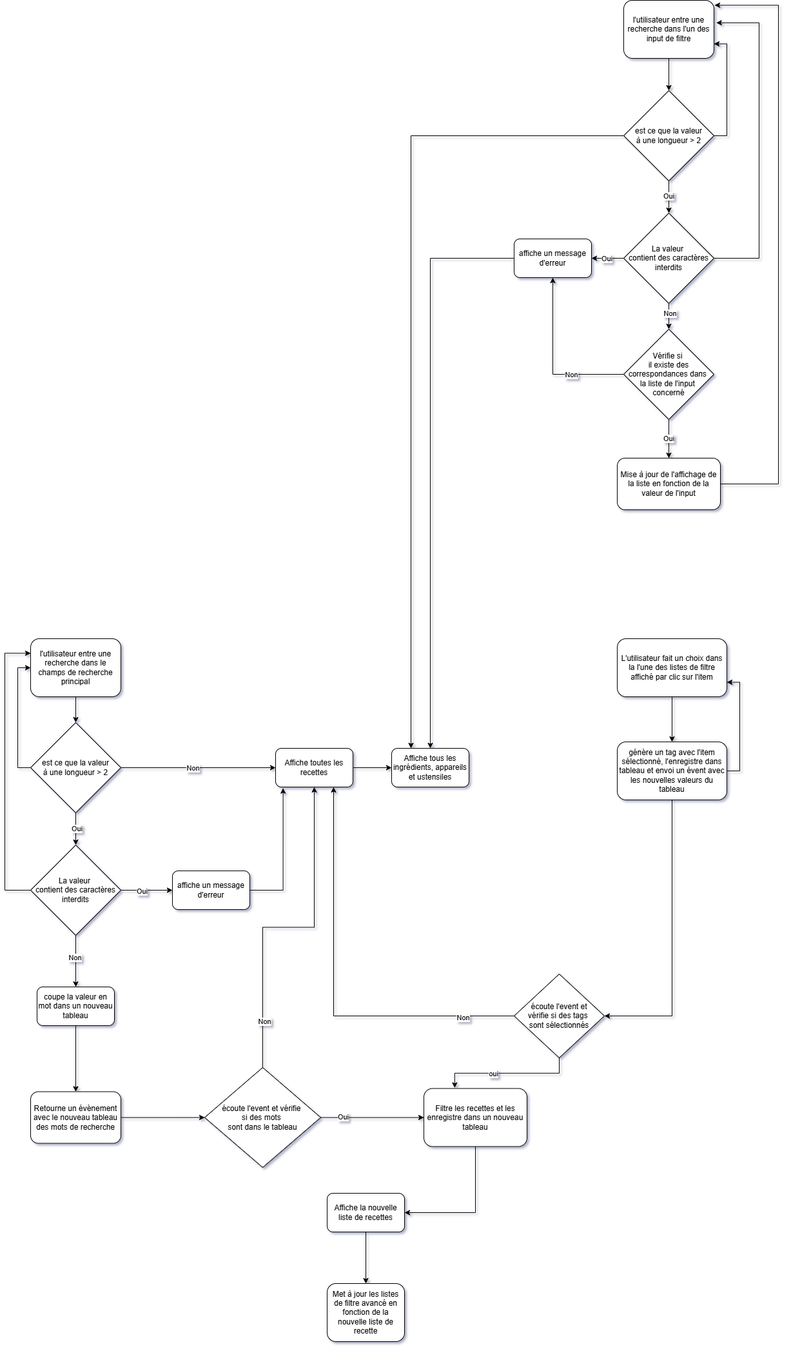
Earlier version of the draw.io export DocsTech/Algorigramme-PetitsPlats.drawio.png (BARRETCHRIS/PetitsPlats2.0). Source tidied: cells renumbered, new cells last; positions are measured from the earlier drawing's top-left corner, leaving out a move shared by most shapes.
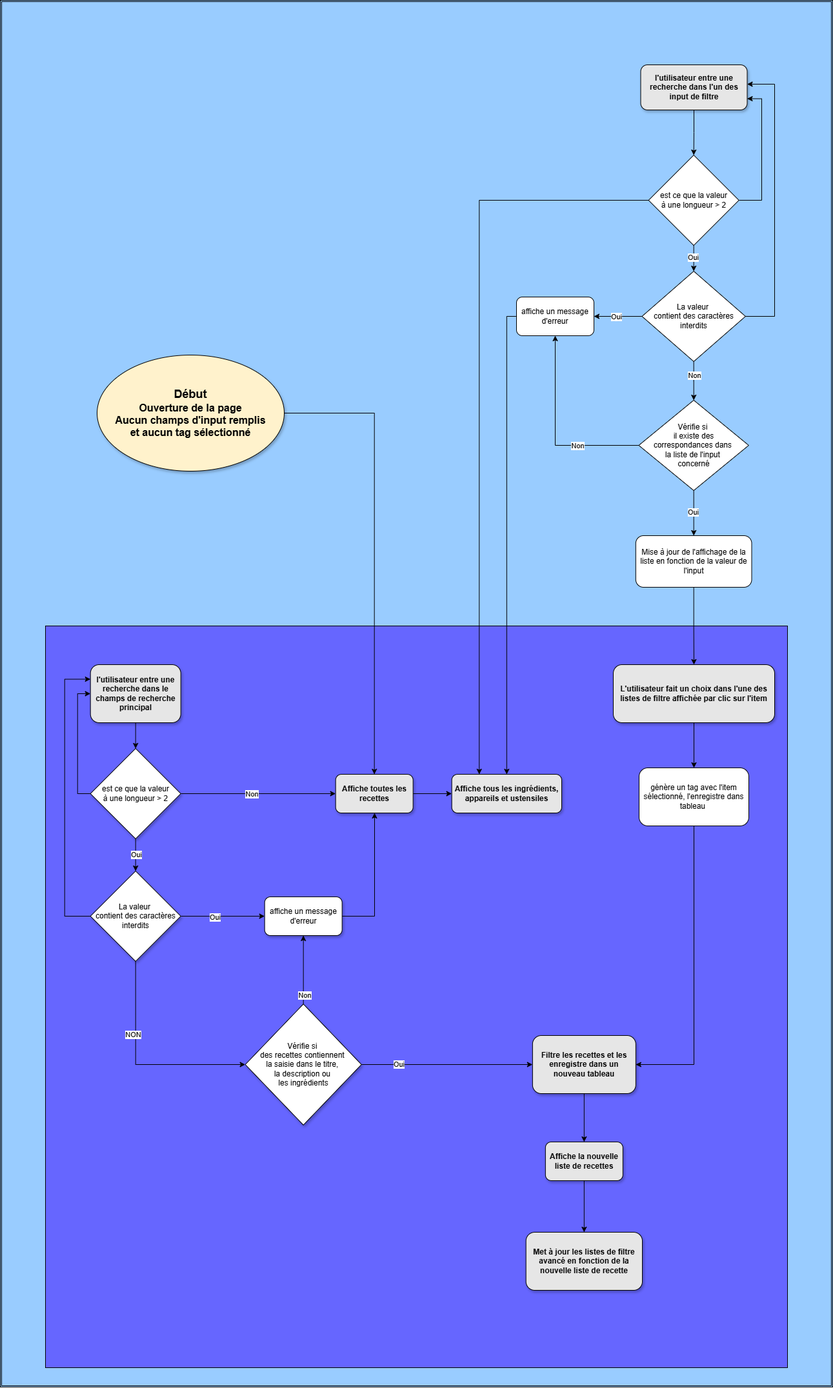
Above is the later version.

What changed in the source:
```diff
@@ -4,2 +4,8 @@
     <mxCell id="1" parent="0" />
+    <mxCell id="67" style="shape=ext;double=1;rounded=0;whiteSpace=wrap;html=1;fillColor=#99CCFF;" parent="1" vertex="1">
+      <mxGeometry x="190" y="-210" width="1290" height="2150" as="geometry" />
+    </mxCell>
+    <mxCell id="68" style="whiteSpace=wrap;html=1;fillColor=#6666FF;" parent="1" vertex="1">
+      <mxGeometry x="260" y="760" width="1150" height="1150" as="geometry" />
+    </mxCell>
     <mxCell id="2" style="edgeStyle=orthogonalEdgeStyle;rounded=0;jettySize=auto;html=1;entryX=0.5;entryY=0;entryDx=0;entryDy=0;" parent="1" edge="1" source="3" target="9">
@@ -7,4 +13,4 @@
     </mxCell>
-    <mxCell id="3" value="l'utilisateur entre une recherche dans le champs de recherche principal" style="rounded=1;whiteSpace=wrap;html=1;" parent="1" vertex="1">
-      <mxGeometry x="40" y="990" width="140" height="90" as="geometry" />
+    <mxCell id="3" value="&lt;b&gt;l'utilisateur entre une recherche dans le champs de recherche principal&lt;/b&gt;" style="rounded=1;whiteSpace=wrap;html=1;shadow=1;fillColor=#E6E6E6;" parent="1" vertex="1">
+      <mxGeometry x="329.7" y="820" width="140" height="90" as="geometry" />
     </mxCell>
@@ -25,11 +31,5 @@
     </mxCell>
-    <mxCell id="9" value="est ce que la valeur&lt;div&gt;à une longueur &amp;gt; 2&lt;/div&gt;" style="rhombus;whiteSpace=wrap;html=1;" parent="1" vertex="1">
-      <mxGeometry x="40" y="1120" width="140" height="140" as="geometry" />
+    <mxCell id="9" value="est ce que la valeur&lt;div&gt;à une longueur &amp;gt; 2&lt;/div&gt;" style="rhombus;whiteSpace=wrap;html=1;shadow=1;" parent="1" vertex="1">
+      <mxGeometry x="329.7" y="950" width="140" height="140" as="geometry" />
     </mxCell>
-    <mxCell id="10" style="edgeStyle=orthogonalEdgeStyle;rounded=0;jettySize=auto;html=1;" parent="1" edge="1" source="15" target="19">
-      <mxGeometry relative="1" as="geometry" />
-    </mxCell>
-    <mxCell id="11" value="Non" style="edgeLabel;html=1;align=center;verticalAlign=middle;" parent="10" vertex="1">
-      <mxGeometry x="-0.15" y="-2" relative="1" as="geometry" />
-    </mxCell>
     <mxCell id="12" style="edgeStyle=orthogonalEdgeStyle;rounded=0;jettySize=auto;html=1;exitX=1;exitY=0.5;exitDx=0;exitDy=0;entryX=0;entryY=0.5;entryDx=0;entryDy=0;" parent="1" edge="1" source="15" target="20">
@@ -43,4 +43,4 @@
         <Array as="points">
-          <mxPoint y="1380" />
-          <mxPoint y="1013" />
+          <mxPoint x="289.7" y="1210" />
+          <mxPoint x="289.7" y="843" />
         </Array>
@@ -48,4 +48,10 @@
     </mxCell>
+    <mxCell id="69" style="edgeStyle=orthogonalEdgeStyle;rounded=0;jettySize=auto;html=1;exitX=0.5;exitY=1;exitDx=0;exitDy=0;entryX=0;entryY=0.5;entryDx=0;entryDy=0;" parent="1" edge="1" source="15" target="59">
+      <mxGeometry relative="1" as="geometry" />
+    </mxCell>
+    <mxCell id="70" value="NON" style="edgeLabel;html=1;align=center;verticalAlign=middle;" parent="69" vertex="1">
+      <mxGeometry x="-0.32" y="-4" relative="1" as="geometry" />
+    </mxCell>
-    <mxCell id="15" value="La valeur&amp;nbsp;&lt;div&gt;contient des caractères interdits&lt;/div&gt;" style="rhombus;whiteSpace=wrap;html=1;" parent="1" vertex="1">
-      <mxGeometry x="40" y="1310" width="140" height="140" as="geometry" />
+    <mxCell id="15" value="La valeur&amp;nbsp;&lt;div&gt;contient des caractères interdits&lt;/div&gt;" style="rhombus;whiteSpace=wrap;html=1;shadow=1;" parent="1" vertex="1">
+      <mxGeometry x="329.7" y="1140" width="140" height="140" as="geometry" />
     </mxCell>
@@ -54,25 +60,19 @@
     </mxCell>
-    <mxCell id="17" value="Affiche toutes les recettes" style="rounded=1;whiteSpace=wrap;html=1;" parent="1" vertex="1">
-      <mxGeometry x="420" y="1160" width="120" height="60" as="geometry" />
+    <mxCell id="17" value="&lt;b&gt;Affiche toutes les recettes&lt;/b&gt;" style="rounded=1;whiteSpace=wrap;html=1;shadow=1;fillColor=#E6E6E6;" parent="1" vertex="1">
+      <mxGeometry x="709.7" y="990" width="120" height="60" as="geometry" />
     </mxCell>
-    <mxCell id="18" style="edgeStyle=orthogonalEdgeStyle;rounded=0;jettySize=auto;html=1;exitX=0.5;exitY=1;exitDx=0;exitDy=0;entryX=0.5;entryY=0;entryDx=0;entryDy=0;" parent="1" edge="1" source="19" target="22">
-      <mxGeometry relative="1" as="geometry" />
-    </mxCell>
-    <mxCell id="19" value="coupe la valeur en mot dans un nouveau tableau" style="rounded=1;whiteSpace=wrap;html=1;" parent="1" vertex="1">
-      <mxGeometry x="50" y="1530" width="120" height="60" as="geometry" />
-    </mxCell>
-    <mxCell id="20" value="affiche un message d'erreur" style="rounded=1;whiteSpace=wrap;html=1;" parent="1" vertex="1">
-      <mxGeometry x="260" y="1350" width="120" height="60" as="geometry" />
+    <mxCell id="20" value="affiche un message d'erreur" style="rounded=1;whiteSpace=wrap;html=1;shadow=1;" parent="1" vertex="1">
+      <mxGeometry x="599.7" y="1180" width="120" height="60" as="geometry" />
     </mxCell>
-    <mxCell id="21" style="edgeStyle=orthogonalEdgeStyle;rounded=0;jettySize=auto;html=1;exitX=1;exitY=0.5;exitDx=0;exitDy=0;" parent="1" edge="1" source="22" target="59">
-      <mxGeometry relative="1" as="geometry" />
-    </mxCell>
-    <mxCell id="22" value="Retourne un évènement avec le nouveau tableau des mots de recherche" style="rounded=1;whiteSpace=wrap;html=1;" parent="1" vertex="1">
-      <mxGeometry x="40" y="1692.5" width="140" height="80" as="geometry" />
-    </mxCell>
-    <mxCell id="23" style="edgeStyle=orthogonalEdgeStyle;rounded=0;jettySize=auto;html=1;exitX=1;exitY=0.5;exitDx=0;exitDy=0;entryX=0.097;entryY=1.029;entryDx=0;entryDy=0;entryPerimeter=0;" parent="1" edge="1" source="20" target="17">
-      <mxGeometry relative="1" as="geometry" />
+    <mxCell id="23" style="edgeStyle=orthogonalEdgeStyle;rounded=0;jettySize=auto;html=1;exitX=1;exitY=0.5;exitDx=0;exitDy=0;" parent="1" edge="1" source="20">
+      <mxGeometry relative="1" as="geometry">
+        <mxPoint x="770" y="1050" as="targetPoint" />
+        <Array as="points">
+          <mxPoint x="770" y="1210" />
+          <mxPoint x="770" y="1050" />
+        </Array>
+      </mxGeometry>
     </mxCell>
-    <mxCell id="24" value="Affiche tous les ingrédients, appareils et ustensiles" style="rounded=1;whiteSpace=wrap;html=1;" parent="1" vertex="1">
-      <mxGeometry x="600" y="1160" width="120" height="60" as="geometry" />
+    <mxCell id="24" value="&lt;b&gt;Affiche tous les ingrédients, appareils et ustensiles&lt;/b&gt;" style="rounded=1;whiteSpace=wrap;html=1;shadow=1;fillColor=#E6E6E6;" parent="1" vertex="1">
+      <mxGeometry x="889.7" y="990" width="170.3" height="60" as="geometry" />
     </mxCell>
@@ -81,4 +81,4 @@
     </mxCell>
-    <mxCell id="26" value="l'utilisateur entre une recherche dans l'un des input de filtre" style="rounded=1;whiteSpace=wrap;html=1;" parent="1" vertex="1">
-      <mxGeometry x="960" width="140" height="90" as="geometry" />
+    <mxCell id="26" value="&lt;b&gt;l'utilisateur entre une recherche dans l'un des input de filtre&lt;/b&gt;" style="rounded=1;whiteSpace=wrap;html=1;shadow=1;fillColor=#E6E6E6;" parent="1" vertex="1">
+      <mxGeometry x="1182.5" y="-110" width="165" height="70" as="geometry" />
     </mxCell>
@@ -94,6 +94,11 @@
     <mxCell id="30" style="edgeStyle=orthogonalEdgeStyle;rounded=0;jettySize=auto;html=1;exitX=1;exitY=0.5;exitDx=0;exitDy=0;entryX=1;entryY=0.75;entryDx=0;entryDy=0;" parent="1" edge="1" source="31" target="26">
-      <mxGeometry relative="1" as="geometry" />
+      <mxGeometry relative="1" as="geometry">
+        <Array as="points">
+          <mxPoint x="1370" y="100" />
+          <mxPoint x="1370" y="-57" />
+        </Array>
+      </mxGeometry>
     </mxCell>
     <mxCell id="31" value="est ce que la valeur&lt;div&gt;à une longueur &amp;gt; 2&lt;/div&gt;" style="rhombus;whiteSpace=wrap;html=1;" parent="1" vertex="1">
-      <mxGeometry x="960" y="140" width="140" height="140" as="geometry" />
+      <mxGeometry x="1194.7" y="30" width="140" height="140" as="geometry" />
     </mxCell>
@@ -105,3 +110,3 @@
     </mxCell>
-    <mxCell id="34" style="edgeStyle=orthogonalEdgeStyle;rounded=0;jettySize=auto;html=1;exitX=0.5;exitY=1;exitDx=0;exitDy=0;entryX=0.5;entryY=0;entryDx=0;entryDy=0;" parent="1" edge="1" source="36" target="43">
+    <mxCell id="34" style="edgeStyle=orthogonalEdgeStyle;rounded=0;jettySize=auto;html=1;exitX=0.5;exitY=1;exitDx=0;exitDy=0;" parent="1" edge="1" source="36" target="43">
       <mxGeometry relative="1" as="geometry" />
@@ -112,9 +117,13 @@
     <mxCell id="36" value="La valeur&amp;nbsp;&lt;div&gt;contient des caractères interdits&lt;/div&gt;" style="rhombus;whiteSpace=wrap;html=1;" parent="1" vertex="1">
-      <mxGeometry x="960" y="330" width="140" height="140" as="geometry" />
+      <mxGeometry x="1184.5" y="210" width="160.3" height="140" as="geometry" />
     </mxCell>
     <mxCell id="37" style="edgeStyle=orthogonalEdgeStyle;rounded=0;jettySize=auto;html=1;exitX=0;exitY=0.5;exitDx=0;exitDy=0;entryX=0.5;entryY=0;entryDx=0;entryDy=0;" parent="1" edge="1" source="38" target="24">
-      <mxGeometry relative="1" as="geometry" />
+      <mxGeometry relative="1" as="geometry">
+        <Array as="points">
+          <mxPoint x="975" y="280" />
+        </Array>
+      </mxGeometry>
     </mxCell>
     <mxCell id="38" value="affiche un message d'erreur" style="rounded=1;whiteSpace=wrap;html=1;" parent="1" vertex="1">
-      <mxGeometry x="790" y="370" width="120" height="60" as="geometry" />
+      <mxGeometry x="990" y="250" width="120" height="60" as="geometry" />
     </mxCell>
@@ -133,3 +142,3 @@
     <mxCell id="43" value="Vérifie si&amp;nbsp;&lt;div&gt;il&amp;nbsp;&lt;span style=&quot;background-color: initial;&quot;&gt;existe&amp;nbsp;&lt;/span&gt;&lt;span style=&quot;background-color: initial;&quot;&gt;des correspondances&amp;nbsp;&lt;/span&gt;&lt;span style=&quot;background-color: initial;&quot;&gt;dans&amp;nbsp;&lt;/span&gt;&lt;/div&gt;&lt;div&gt;&lt;span style=&quot;background-color: initial;&quot;&gt;la liste de&amp;nbsp;&lt;/span&gt;&lt;span style=&quot;background-color: initial;&quot;&gt;l'input&amp;nbsp;&lt;/span&gt;&lt;/div&gt;&lt;div&gt;&lt;span style=&quot;background-color: initial;&quot;&gt;concerné&lt;/span&gt;&lt;/div&gt;" style="rhombus;whiteSpace=wrap;html=1;" parent="1" vertex="1">
-      <mxGeometry x="960" y="510" width="140" height="140" as="geometry" />
+      <mxGeometry x="1179.5" y="410" width="170.3" height="140" as="geometry" />
     </mxCell>
@@ -138,13 +147,16 @@
     </mxCell>
-    <mxCell id="45" value="L'utilisateur fait un choix dans la l'une des listes de filtre affiché par clic sur l'item" style="rounded=1;whiteSpace=wrap;html=1;" parent="1" vertex="1">
-      <mxGeometry x="950" y="990" width="170" height="90" as="geometry" />
+    <mxCell id="45" value="&lt;b&gt;L'utilisateur fait un choix dans l'une des listes de filtre affichée par clic sur l'item&lt;/b&gt;" style="rounded=1;whiteSpace=wrap;html=1;shadow=1;fillColor=#E6E6E6;" parent="1" vertex="1">
+      <mxGeometry x="1140" y="820" width="250" height="90" as="geometry" />
     </mxCell>
+    <mxCell id="71" style="edgeStyle=orthogonalEdgeStyle;rounded=0;jettySize=auto;html=1;entryX=0.5;entryY=0;entryDx=0;entryDy=0;" parent="1" edge="1" source="46" target="45">
+      <mxGeometry relative="1" as="geometry" />
+    </mxCell>
     <mxCell id="46" value="Mise à jour de l'affichage de la liste en fonction de la valeur de l'input" style="rounded=1;whiteSpace=wrap;html=1;" parent="1" vertex="1">
-      <mxGeometry x="950" y="710" width="160" height="80" as="geometry" />
+      <mxGeometry x="1174.8" y="620" width="179.7" height="80" as="geometry" />
     </mxCell>
-    <mxCell id="47" style="edgeStyle=orthogonalEdgeStyle;rounded=0;jettySize=auto;html=1;exitX=1;exitY=0.5;exitDx=0;exitDy=0;entryX=1.026;entryY=0.387;entryDx=0;entryDy=0;entryPerimeter=0;" parent="1" edge="1" source="36" target="26">
+    <mxCell id="47" style="edgeStyle=orthogonalEdgeStyle;rounded=0;jettySize=auto;html=1;exitX=1;exitY=0.5;exitDx=0;exitDy=0;" parent="1" edge="1" source="36" target="26">
       <mxGeometry relative="1" as="geometry">
         <Array as="points">
-          <mxPoint x="1170" y="400" />
-          <mxPoint x="1170" y="35" />
+          <mxPoint x="1390" y="280" />
+          <mxPoint x="1390" y="-80" />
         </Array>
@@ -152,29 +164,9 @@
     </mxCell>
-    <mxCell id="48" style="edgeStyle=orthogonalEdgeStyle;rounded=0;jettySize=auto;html=1;exitX=1;exitY=0.5;exitDx=0;exitDy=0;entryX=1.007;entryY=0.084;entryDx=0;entryDy=0;entryPerimeter=0;" parent="1" edge="1" source="46" target="26">
-      <mxGeometry relative="1" as="geometry">
-        <Array as="points">
-          <mxPoint x="1200" y="750" />
-          <mxPoint x="1200" y="8" />
-        </Array>
-      </mxGeometry>
-    </mxCell>
-    <mxCell id="49" style="edgeStyle=orthogonalEdgeStyle;rounded=0;jettySize=auto;html=1;exitX=1;exitY=0.5;exitDx=0;exitDy=0;entryX=1;entryY=0.75;entryDx=0;entryDy=0;" parent="1" edge="1" source="51" target="45">
-      <mxGeometry relative="1" as="geometry" />
-    </mxCell>
-    <mxCell id="50" style="edgeStyle=orthogonalEdgeStyle;rounded=0;jettySize=auto;html=1;exitX=0.5;exitY=1;exitDx=0;exitDy=0;entryX=1;entryY=0.5;entryDx=0;entryDy=0;" parent="1" edge="1" source="51" target="54">
+    <mxCell id="50" style="edgeStyle=orthogonalEdgeStyle;rounded=0;jettySize=auto;html=1;exitX=0.5;exitY=1;exitDx=0;exitDy=0;entryX=1;entryY=0.5;entryDx=0;entryDy=0;" parent="1" edge="1" source="51" target="64">
       <mxGeometry relative="1" as="geometry" />
     </mxCell>
-    <mxCell id="51" value="génère un tag avec l'item sélectionné, l'enregistre dans tableau et envoi un évent avec les nouvelles valeurs du tableau" style="rounded=1;whiteSpace=wrap;html=1;" parent="1" vertex="1">
-      <mxGeometry x="950" y="1150" width="170" height="90" as="geometry" />
+    <mxCell id="51" value="génère un tag avec l'item sélectionné, l'enregistre dans tableau&amp;nbsp;" style="rounded=1;whiteSpace=wrap;html=1;" parent="1" vertex="1">
+      <mxGeometry x="1180" y="980" width="170" height="90" as="geometry" />
     </mxCell>
-    <mxCell id="52" style="edgeStyle=orthogonalEdgeStyle;rounded=0;jettySize=auto;html=1;entryX=0.75;entryY=1;entryDx=0;entryDy=0;" parent="1" edge="1" source="54" target="17">
-      <mxGeometry relative="1" as="geometry" />
-    </mxCell>
-    <mxCell id="53" value="Non" style="edgeLabel;html=1;align=center;verticalAlign=middle;" parent="52" vertex="1">
-      <mxGeometry x="-0.75" y="2" relative="1" as="geometry" />
-    </mxCell>
-    <mxCell id="54" value="écoute l'event et&lt;div&gt;vérifie si des tags&amp;nbsp;&lt;div&gt;sont sélectionnés&lt;/div&gt;&lt;/div&gt;" style="rhombus;whiteSpace=wrap;html=1;" parent="1" vertex="1">
-      <mxGeometry x="790" y="1510" width="140" height="130" as="geometry" />
-    </mxCell>
-    <mxCell id="55" style="edgeStyle=orthogonalEdgeStyle;rounded=0;jettySize=auto;html=1;exitX=0.5;exitY=0;exitDx=0;exitDy=0;entryX=0.5;entryY=1;entryDx=0;entryDy=0;" parent="1" edge="1" source="59" target="17">
+    <mxCell id="55" style="edgeStyle=orthogonalEdgeStyle;rounded=0;jettySize=auto;html=1;exitX=0.5;exitY=0;exitDx=0;exitDy=0;entryX=0.5;entryY=1;entryDx=0;entryDy=0;" parent="1" edge="1" source="59" target="20">
       <mxGeometry relative="1" as="geometry" />
@@ -190,4 +182,4 @@
     </mxCell>
-    <mxCell id="59" value="écoute l'event et vérifie&amp;nbsp;&lt;div&gt;si des mots&amp;nbsp;&lt;div&gt;sont dans le tableau&lt;/div&gt;&lt;/div&gt;" style="rhombus;whiteSpace=wrap;html=1;" parent="1" vertex="1">
-      <mxGeometry x="310" y="1655" width="180" height="155" as="geometry" />
+    <mxCell id="59" value="Vérifie si&amp;nbsp;&lt;div&gt;des recettes contiennent&amp;nbsp;&lt;/div&gt;&lt;div&gt;la saisie dans le titre,&amp;nbsp;&lt;/div&gt;&lt;div&gt;la description ou&amp;nbsp;&lt;/div&gt;&lt;div&gt;les ingrédients&lt;/div&gt;" style="rhombus;whiteSpace=wrap;html=1;shadow=1;" parent="1" vertex="1">
+      <mxGeometry x="569.7" y="1346.2" width="180" height="187.5" as="geometry" />
     </mxCell>
@@ -196,20 +188,20 @@
     </mxCell>
-    <mxCell id="61" value="Affiche la nouvelle liste de recettes" style="rounded=1;whiteSpace=wrap;html=1;" parent="1" vertex="1">
-      <mxGeometry x="500" y="1850" width="120" height="60" as="geometry" />
+    <mxCell id="61" value="&lt;b&gt;Affiche la nouvelle liste de recettes&lt;/b&gt;" style="rounded=1;whiteSpace=wrap;html=1;shadow=1;fillColor=#E6E6E6;" parent="1" vertex="1">
+      <mxGeometry x="1034.8" y="1560" width="120" height="60" as="geometry" />
     </mxCell>
-    <mxCell id="62" value="Met à jour les listes de filtre avancé en fonction de la nouvelle liste de recette" style="rounded=1;whiteSpace=wrap;html=1;" parent="1" vertex="1">
-      <mxGeometry x="500" y="1990" width="120" height="90" as="geometry" />
+    <mxCell id="62" value="&lt;b&gt;Met à jour les listes de filtre avancé en fonction de la nouvelle liste de recette&lt;/b&gt;" style="rounded=1;whiteSpace=wrap;html=1;shadow=1;fillColor=#E6E6E6;" parent="1" vertex="1">
+      <mxGeometry x="1004.7" y="1700" width="180.3" height="90" as="geometry" />
     </mxCell>
-    <mxCell id="63" style="edgeStyle=orthogonalEdgeStyle;rounded=0;jettySize=auto;html=1;exitX=0.5;exitY=1;exitDx=0;exitDy=0;entryX=1;entryY=0.5;entryDx=0;entryDy=0;" parent="1" edge="1" source="64" target="61">
+    <mxCell id="63" style="edgeStyle=orthogonalEdgeStyle;rounded=0;jettySize=auto;html=1;exitX=0.5;exitY=1;exitDx=0;exitDy=0;entryX=0.5;entryY=0;entryDx=0;entryDy=0;" parent="1" edge="1" source="64" target="61">
       <mxGeometry relative="1" as="geometry" />
     </mxCell>
-    <mxCell id="64" value="Filtre les recettes et les enregistre dans un nouveau tableau" style="rounded=1;whiteSpace=wrap;html=1;" parent="1" vertex="1">
-      <mxGeometry x="650" y="1687.5" width="160" height="90" as="geometry" />
+    <mxCell id="64" value="&lt;b&gt;Filtre les recettes et les enregistre dans un nouveau tableau&lt;/b&gt;" style="rounded=1;whiteSpace=wrap;html=1;shadow=1;fillColor=#E6E6E6;" parent="1" vertex="1">
+      <mxGeometry x="1014.8" y="1395" width="160" height="90" as="geometry" />
     </mxCell>
-    <mxCell id="65" style="edgeStyle=orthogonalEdgeStyle;rounded=0;jettySize=auto;html=1;exitX=0.5;exitY=1;exitDx=0;exitDy=0;entryX=0.299;entryY=-0.01;entryDx=0;entryDy=0;entryPerimeter=0;" parent="1" edge="1" source="54" target="64">
-      <mxGeometry relative="1" as="geometry" />
-    </mxCell>
-    <mxCell id="66" value="oui" style="edgeLabel;html=1;align=center;verticalAlign=middle;" parent="65" vertex="1">
-      <mxGeometry x="0.2" y="1" relative="1" as="geometry" />
-    </mxCell>
+    <mxCell id="72" style="edgeStyle=orthogonalEdgeStyle;rounded=0;jettySize=auto;html=1;entryX=0.5;entryY=0;entryDx=0;entryDy=0;" parent="1" edge="1" source="73" target="17">
+      <mxGeometry relative="1" as="geometry" />
+    </mxCell>
+    <mxCell id="73" value="&lt;b&gt;&lt;font style=&quot;font-size: 18px;&quot;&gt;Début&lt;/font&gt;&lt;/b&gt;&lt;div&gt;&lt;b&gt;&lt;font size=&quot;3&quot;&gt;Ouverture de la page&lt;/font&gt;&lt;/b&gt;&lt;/div&gt;&lt;div&gt;&lt;b&gt;&lt;font size=&quot;3&quot;&gt;Aucun champs d'input remplis&lt;/font&gt;&lt;/b&gt;&lt;/div&gt;&lt;div&gt;&lt;b&gt;&lt;font size=&quot;3&quot;&gt;et aucun tag sélectionné&lt;/font&gt;&lt;/b&gt;&lt;/div&gt;" style="ellipse;whiteSpace=wrap;html=1;fillColor=#FFF2CC;shadow=1;" parent="1" vertex="1">
+      <mxGeometry x="340" y="340" width="290" height="180" as="geometry" />
+    </mxCell>
   </root>
```
